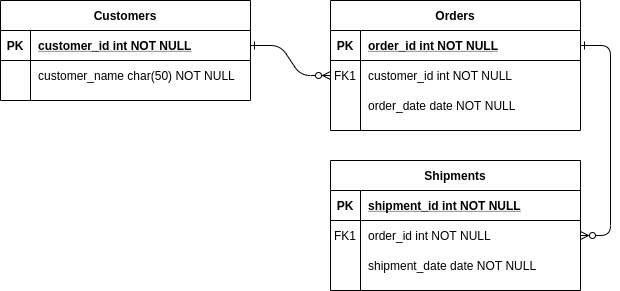
Before: ERD.png, a diagram exported from draw.io (Marwa7246/Schoodle). Source tidied: cells renumbered, new cells last; positions are measured from the earlier drawing's top-left corner, leaving out a move shared by most shapes.
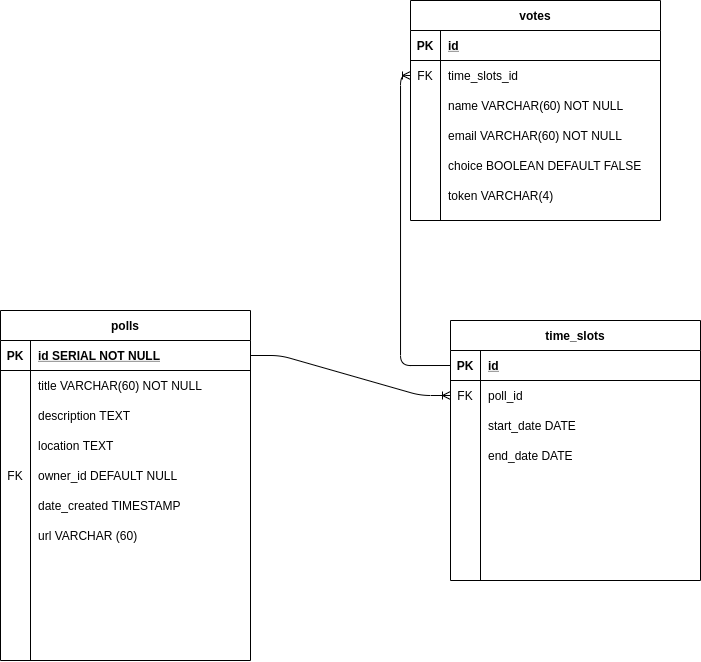
Later version of the same file.

What changed in the source:
```diff
@@ -2,14 +2,137 @@
   <root>
     <mxCell id="0" />
     <mxCell id="1" parent="0" />
-    <mxCell id="2" style="edgeStyle=entityRelationEdgeStyle;endArrow=ERzeroToMany;startArrow=ERone;endFill=1;startFill=0;" parent="1" edge="1" source="25" target="8">
+    <mxCell id="2" style="edgeStyle=entityRelationEdgeStyle;fontSize=12;html=1;endArrow=ERoneToMany;" parent="1" edge="1" source="25" target="8">
       <mxGeometry relative="1" as="geometry" />
     </mxCell>
-    <mxCell id="3" style="edgeStyle=entityRelationEdgeStyle;endArrow=ERzeroToMany;startArrow=ERone;endFill=1;startFill=0;" parent="1" edge="1" source="5" target="18">
+    <mxCell id="3" style="fontSize=12;html=1;endArrow=ERoneToMany;entryX=0;entryY=0.5;entryDx=0;entryDy=0;exitX=0;exitY=0.5;exitDx=0;exitDy=0;edgeStyle=orthogonalEdgeStyle;" parent="1" edge="1" source="5" target="18">
       <mxGeometry relative="1" as="geometry" />
     </mxCell>
+    <mxCell id="24" value="polls" style="shape=table;startSize=30;rowLines=0;fontStyle=1;align=center;" parent="1" vertex="1">
+      <mxGeometry x="-70" y="240" width="250" height="350" as="geometry" />
+    </mxCell>
+    <mxCell id="25" style="shape=partialRectangle;fillColor=none;points=[[0,0.5],[1,0.5]];portConstraint=eastwest;top=0;left=0;right=0;bottom=1;" parent="24" vertex="1">
+      <mxGeometry y="30" width="250" height="30" as="geometry" />
+    </mxCell>
+    <mxCell id="26" value="PK" style="shape=partialRectangle;overflow=hidden;fillColor=none;top=0;left=0;bottom=0;right=0;fontStyle=1;" parent="25" vertex="1">
+      <mxGeometry width="30" height="30" as="geometry" />
+    </mxCell>
+    <mxCell id="27" value="id SERIAL NOT NULL" style="shape=partialRectangle;overflow=hidden;fillColor=none;top=0;left=0;bottom=0;right=0;align=left;spacingLeft=6;fontStyle=5;" parent="25" vertex="1">
+      <mxGeometry x="30" width="220" height="30" as="geometry" />
+    </mxCell>
+    <mxCell id="28" style="shape=partialRectangle;fillColor=none;top=0;left=0;right=0;bottom=0;" parent="24" vertex="1">
+      <mxGeometry y="60" width="250" height="30" as="geometry" />
+    </mxCell>
+    <mxCell id="29" style="shape=partialRectangle;overflow=hidden;fillColor=none;top=0;left=0;bottom=0;right=0;" parent="28" vertex="1">
+      <mxGeometry width="30" height="30" as="geometry" />
+    </mxCell>
+    <mxCell id="30" value="title VARCHAR(60) NOT NULL" style="shape=partialRectangle;overflow=hidden;fillColor=none;top=0;left=0;bottom=0;right=0;align=left;spacingLeft=6;" parent="28" vertex="1">
+      <mxGeometry x="30" width="220" height="30" as="geometry" />
+    </mxCell>
+    <mxCell id="31" style="shape=partialRectangle;fillColor=none;top=0;left=0;right=0;bottom=0;" parent="24" vertex="1">
+      <mxGeometry y="90" width="250" height="30" as="geometry" />
+    </mxCell>
+    <mxCell id="32" style="shape=partialRectangle;overflow=hidden;fillColor=none;top=0;left=0;bottom=0;right=0;" parent="31" vertex="1">
+      <mxGeometry width="30" height="30" as="geometry" />
+    </mxCell>
+    <mxCell id="33" value="description TEXT" style="shape=partialRectangle;overflow=hidden;fillColor=none;top=0;left=0;bottom=0;right=0;align=left;spacingLeft=6;" parent="31" vertex="1">
+      <mxGeometry x="30" width="220" height="30" as="geometry" />
+    </mxCell>
+    <mxCell id="34" style="shape=partialRectangle;fillColor=none;top=0;left=0;right=0;bottom=0;" parent="24" vertex="1">
+      <mxGeometry y="120" width="250" height="30" as="geometry" />
+    </mxCell>
+    <mxCell id="35" style="shape=partialRectangle;overflow=hidden;fillColor=none;top=0;left=0;bottom=0;right=0;" parent="34" vertex="1">
+      <mxGeometry width="30" height="30" as="geometry" />
+    </mxCell>
+    <mxCell id="36" value="location TEXT" style="shape=partialRectangle;overflow=hidden;fillColor=none;top=0;left=0;bottom=0;right=0;align=left;spacingLeft=6;" parent="34" vertex="1">
+      <mxGeometry x="30" width="220" height="30" as="geometry" />
+    </mxCell>
+    <mxCell id="37" style="shape=partialRectangle;fillColor=none;top=0;left=0;right=0;bottom=0;" parent="24" vertex="1">
+      <mxGeometry y="150" width="250" height="30" as="geometry" />
+    </mxCell>
+    <mxCell id="38" value="FK" style="shape=partialRectangle;overflow=hidden;fillColor=none;top=0;left=0;bottom=0;right=0;" parent="37" vertex="1">
+      <mxGeometry width="30" height="30" as="geometry" />
+    </mxCell>
+    <mxCell id="39" value="owner_id DEFAULT NULL" style="shape=partialRectangle;overflow=hidden;fillColor=none;top=0;left=0;bottom=0;right=0;align=left;spacingLeft=6;" parent="37" vertex="1">
+      <mxGeometry x="30" width="220" height="30" as="geometry" />
+    </mxCell>
+    <mxCell id="40" style="shape=partialRectangle;fillColor=none;top=0;left=0;right=0;bottom=0;" parent="24" vertex="1">
+      <mxGeometry y="180" width="250" height="30" as="geometry" />
+    </mxCell>
+    <mxCell id="41" style="shape=partialRectangle;overflow=hidden;fillColor=none;top=0;left=0;bottom=0;right=0;" parent="40" vertex="1">
+      <mxGeometry width="30" height="30" as="geometry" />
+    </mxCell>
+    <mxCell id="42" value="date_created TIMESTAMP" style="shape=partialRectangle;overflow=hidden;fillColor=none;top=0;left=0;bottom=0;right=0;align=left;spacingLeft=6;" parent="40" vertex="1">
+      <mxGeometry x="30" width="220" height="30" as="geometry" />
+    </mxCell>
+    <mxCell id="43" style="shape=partialRectangle;fillColor=none;top=0;left=0;right=0;bottom=0;" parent="24" vertex="1">
+      <mxGeometry y="210" width="250" height="30" as="geometry" />
+    </mxCell>
+    <mxCell id="44" style="shape=partialRectangle;overflow=hidden;fillColor=none;top=0;left=0;bottom=0;right=0;" parent="43" vertex="1">
+      <mxGeometry width="30" height="30" as="geometry" />
+    </mxCell>
+    <mxCell id="45" value="url VARCHAR (60)" style="shape=partialRectangle;overflow=hidden;fillColor=none;top=0;left=0;bottom=0;right=0;align=left;spacingLeft=6;" parent="43" vertex="1">
+      <mxGeometry x="30" width="220" height="30" as="geometry" />
+    </mxCell>
+    <mxCell id="14" value="votes" style="shape=table;startSize=30;rowLines=0;fontStyle=1;align=center;" parent="1" vertex="1">
+      <mxGeometry x="340" y="-70" width="250" height="220" as="geometry" />
+    </mxCell>
+    <mxCell id="15" style="shape=partialRectangle;fillColor=none;top=0;left=0;right=0;bottom=1;" parent="14" vertex="1">
+      <mxGeometry y="30" width="250" height="30" as="geometry" />
+    </mxCell>
+    <mxCell id="16" value="PK" style="shape=partialRectangle;overflow=hidden;fillColor=none;top=0;left=0;bottom=0;right=0;fontStyle=1;" parent="15" vertex="1">
+      <mxGeometry width="30" height="30" as="geometry" />
+    </mxCell>
+    <mxCell id="17" value="id" style="shape=partialRectangle;overflow=hidden;fillColor=none;top=0;left=0;bottom=0;right=0;align=left;spacingLeft=6;fontStyle=5;" parent="15" vertex="1">
+      <mxGeometry x="30" width="220" height="30" as="geometry" />
+    </mxCell>
+    <mxCell id="18" style="shape=partialRectangle;fillColor=none;points=[[0,0.5],[1,0.5]];portConstraint=eastwest;top=0;left=0;right=0;bottom=0;" parent="14" vertex="1">
+      <mxGeometry y="60" width="250" height="30" as="geometry" />
+    </mxCell>
+    <mxCell id="19" value="FK" style="shape=partialRectangle;overflow=hidden;fillColor=none;top=0;left=0;bottom=0;right=0;" parent="18" vertex="1">
+      <mxGeometry width="30" height="30" as="geometry" />
+    </mxCell>
+    <mxCell id="20" value="time_slots_id" style="shape=partialRectangle;overflow=hidden;fillColor=none;top=0;left=0;bottom=0;right=0;align=left;spacingLeft=6;" parent="18" vertex="1">
+      <mxGeometry x="30" width="220" height="30" as="geometry" />
+    </mxCell>
+    <mxCell id="21" style="shape=partialRectangle;fillColor=none;top=0;left=0;right=0;bottom=0;" parent="14" vertex="1">
+      <mxGeometry y="90" width="250" height="30" as="geometry" />
+    </mxCell>
+    <mxCell id="22" style="shape=partialRectangle;overflow=hidden;fillColor=none;top=0;left=0;bottom=0;right=0;" parent="21" vertex="1">
+      <mxGeometry width="30" height="30" as="geometry" />
+    </mxCell>
+    <mxCell id="23" value="name VARCHAR(60) NOT NULL" style="shape=partialRectangle;overflow=hidden;fillColor=none;top=0;left=0;bottom=0;right=0;align=left;spacingLeft=6;" parent="21" vertex="1">
+      <mxGeometry x="30" width="220" height="30" as="geometry" />
+    </mxCell>
+    <mxCell id="46" style="shape=partialRectangle;fillColor=none;top=0;left=0;right=0;bottom=0;" parent="14" vertex="1">
+      <mxGeometry y="120" width="250" height="30" as="geometry" />
+    </mxCell>
+    <mxCell id="47" style="shape=partialRectangle;overflow=hidden;fillColor=none;top=0;left=0;bottom=0;right=0;" parent="46" vertex="1">
+      <mxGeometry width="30" height="30" as="geometry" />
+    </mxCell>
+    <mxCell id="48" value="email VARCHAR(60) NOT NULL" style="shape=partialRectangle;overflow=hidden;fillColor=none;top=0;left=0;bottom=0;right=0;align=left;spacingLeft=6;" parent="46" vertex="1">
+      <mxGeometry x="30" width="220" height="30" as="geometry" />
+    </mxCell>
+    <mxCell id="49" style="shape=partialRectangle;fillColor=none;top=0;left=0;right=0;bottom=0;" parent="14" vertex="1">
+      <mxGeometry y="150" width="250" height="30" as="geometry" />
+    </mxCell>
+    <mxCell id="50" style="shape=partialRectangle;overflow=hidden;fillColor=none;top=0;left=0;bottom=0;right=0;" parent="49" vertex="1">
+      <mxGeometry width="30" height="30" as="geometry" />
+    </mxCell>
+    <mxCell id="51" value="choice BOOLEAN DEFAULT FALSE" style="shape=partialRectangle;overflow=hidden;fillColor=none;top=0;left=0;bottom=0;right=0;align=left;spacingLeft=6;" parent="49" vertex="1">
+      <mxGeometry x="30" width="220" height="30" as="geometry" />
+    </mxCell>
+    <mxCell id="52" style="shape=partialRectangle;fillColor=none;top=0;left=0;right=0;bottom=0;" parent="14" vertex="1">
+      <mxGeometry y="180" width="250" height="30" as="geometry" />
+    </mxCell>
+    <mxCell id="53" style="shape=partialRectangle;overflow=hidden;fillColor=none;top=0;left=0;bottom=0;right=0;" parent="52" vertex="1">
+      <mxGeometry width="30" height="30" as="geometry" />
+    </mxCell>
+    <mxCell id="54" value="token VARCHAR(4)" style="shape=partialRectangle;overflow=hidden;fillColor=none;top=0;left=0;bottom=0;right=0;align=left;spacingLeft=6;" parent="52" vertex="1">
+      <mxGeometry x="30" width="220" height="30" as="geometry" />
+    </mxCell>
-    <mxCell id="4" value="Orders" style="shape=table;startSize=30;rowLines=0;fontStyle=1;align=center;" parent="1" vertex="1">
-      <mxGeometry x="330" width="250" height="130" as="geometry" />
+    <mxCell id="4" value="time_slots" style="shape=table;startSize=30;rowLines=0;fontStyle=1;align=center;" parent="1" vertex="1">
+      <mxGeometry x="380" y="250" width="250" height="260" as="geometry" />
     </mxCell>
     <mxCell id="5" style="shape=partialRectangle;fillColor=none;points=[[0,0.5],[1,0.5]];portConstraint=eastwest;top=0;left=0;right=0;bottom=1;" parent="4" vertex="1">
       <mxGeometry y="30" width="250" height="30" as="geometry" />
@@ -17,16 +140,16 @@
     <mxCell id="6" value="PK" style="shape=partialRectangle;overflow=hidden;fillColor=none;top=0;left=0;bottom=0;right=0;fontStyle=1;" parent="5" vertex="1">
       <mxGeometry width="30" height="30" as="geometry" />
     </mxCell>
-    <mxCell id="7" value="order_id int NOT NULL " style="shape=partialRectangle;overflow=hidden;fillColor=none;top=0;left=0;bottom=0;right=0;align=left;spacingLeft=6;fontStyle=5;" parent="5" vertex="1">
+    <mxCell id="7" value="id" style="shape=partialRectangle;overflow=hidden;fillColor=none;top=0;left=0;bottom=0;right=0;align=left;spacingLeft=6;fontStyle=5;" parent="5" vertex="1">
       <mxGeometry x="30" width="220" height="30" as="geometry" />
     </mxCell>
     <mxCell id="8" style="shape=partialRectangle;fillColor=none;points=[[0,0.5],[1,0.5]];portConstraint=eastwest;top=0;left=0;right=0;bottom=0;" parent="4" vertex="1">
       <mxGeometry y="60" width="250" height="30" as="geometry" />
     </mxCell>
-    <mxCell id="9" value="FK1" style="shape=partialRectangle;overflow=hidden;fillColor=none;top=0;left=0;bottom=0;right=0;" parent="8" vertex="1">
+    <mxCell id="9" value="FK" style="shape=partialRectangle;overflow=hidden;fillColor=none;top=0;left=0;bottom=0;right=0;" parent="8" vertex="1">
       <mxGeometry width="30" height="30" as="geometry" />
     </mxCell>
-    <mxCell id="10" value="customer_id int NOT NULL" style="shape=partialRectangle;overflow=hidden;fillColor=none;top=0;left=0;bottom=0;right=0;align=left;spacingLeft=6;" parent="8" vertex="1">
+    <mxCell id="10" value="poll_id" style="shape=partialRectangle;overflow=hidden;fillColor=none;top=0;left=0;bottom=0;right=0;align=left;spacingLeft=6;" parent="8" vertex="1">
       <mxGeometry x="30" width="220" height="30" as="geometry" />
     </mxCell>
     <mxCell id="11" style="shape=partialRectangle;fillColor=none;top=0;left=0;right=0;bottom=0;" parent="4" vertex="1">
@@ -35,59 +158,26 @@
     <mxCell id="12" style="shape=partialRectangle;overflow=hidden;fillColor=none;top=0;left=0;bottom=0;right=0;" parent="11" vertex="1">
       <mxGeometry width="30" height="30" as="geometry" />
     </mxCell>
-    <mxCell id="13" value="order_date date NOT NULL" style="shape=partialRectangle;overflow=hidden;fillColor=none;top=0;left=0;bottom=0;right=0;align=left;spacingLeft=6;" parent="11" vertex="1">
+    <mxCell id="13" value="start_date DATE" style="shape=partialRectangle;overflow=hidden;fillColor=none;top=0;left=0;bottom=0;right=0;align=left;spacingLeft=6;" parent="11" vertex="1">
       <mxGeometry x="30" width="220" height="30" as="geometry" />
     </mxCell>
-    <mxCell id="14" value="Shipments" style="shape=table;startSize=30;rowLines=0;fontStyle=1;align=center;" parent="1" vertex="1">
-      <mxGeometry x="330" y="160" width="250" height="130" as="geometry" />
-    </mxCell>
-    <mxCell id="15" style="shape=partialRectangle;fillColor=none;top=0;left=0;right=0;bottom=1;" parent="14" vertex="1">
-      <mxGeometry y="30" width="250" height="30" as="geometry" />
-    </mxCell>
-    <mxCell id="16" value="PK" style="shape=partialRectangle;overflow=hidden;fillColor=none;top=0;left=0;bottom=0;right=0;fontStyle=1;" parent="15" vertex="1">
-      <mxGeometry width="30" height="30" as="geometry" />
-    </mxCell>
-    <mxCell id="17" value="shipment_id int NOT NULL " style="shape=partialRectangle;overflow=hidden;fillColor=none;top=0;left=0;bottom=0;right=0;align=left;spacingLeft=6;fontStyle=5;" parent="15" vertex="1">
-      <mxGeometry x="30" width="220" height="30" as="geometry" />
-    </mxCell>
-    <mxCell id="18" style="shape=partialRectangle;fillColor=none;points=[[0,0.5],[1,0.5]];portConstraint=eastwest;top=0;left=0;right=0;bottom=0;" parent="14" vertex="1">
-      <mxGeometry y="60" width="250" height="30" as="geometry" />
-    </mxCell>
-    <mxCell id="19" value="FK1" style="shape=partialRectangle;overflow=hidden;fillColor=none;top=0;left=0;bottom=0;right=0;" parent="18" vertex="1">
-      <mxGeometry width="30" height="30" as="geometry" />
-    </mxCell>
-    <mxCell id="20" value="order_id int NOT NULL" style="shape=partialRectangle;overflow=hidden;fillColor=none;top=0;left=0;bottom=0;right=0;align=left;spacingLeft=6;" parent="18" vertex="1">
-      <mxGeometry x="30" width="220" height="30" as="geometry" />
-    </mxCell>
-    <mxCell id="21" style="shape=partialRectangle;fillColor=none;top=0;left=0;right=0;bottom=0;" parent="14" vertex="1">
-      <mxGeometry y="90" width="250" height="30" as="geometry" />
-    </mxCell>
-    <mxCell id="22" style="shape=partialRectangle;overflow=hidden;fillColor=none;top=0;left=0;bottom=0;right=0;" parent="21" vertex="1">
-      <mxGeometry width="30" height="30" as="geometry" />
-    </mxCell>
-    <mxCell id="23" value="shipment_date date NOT NULL" style="shape=partialRectangle;overflow=hidden;fillColor=none;top=0;left=0;bottom=0;right=0;align=left;spacingLeft=6;" parent="21" vertex="1">
-      <mxGeometry x="30" width="220" height="30" as="geometry" />
-    </mxCell>
-    <mxCell id="24" value="Customers" style="shape=table;startSize=30;rowLines=0;fontStyle=1;align=center;" parent="1" vertex="1">
-      <mxGeometry width="250" height="100" as="geometry" />
-    </mxCell>
-    <mxCell id="25" style="shape=partialRectangle;fillColor=none;points=[[0,0.5],[1,0.5]];portConstraint=eastwest;top=0;left=0;right=0;bottom=1;" parent="24" vertex="1">
-      <mxGeometry y="30" width="250" height="30" as="geometry" />
-    </mxCell>
-    <mxCell id="26" value="PK" style="shape=partialRectangle;overflow=hidden;fillColor=none;top=0;left=0;bottom=0;right=0;fontStyle=1;" parent="25" vertex="1">
-      <mxGeometry width="30" height="30" as="geometry" />
-    </mxCell>
-    <mxCell id="27" value="customer_id int NOT NULL " style="shape=partialRectangle;overflow=hidden;fillColor=none;top=0;left=0;bottom=0;right=0;align=left;spacingLeft=6;fontStyle=5;" parent="25" vertex="1">
-      <mxGeometry x="30" width="220" height="30" as="geometry" />
-    </mxCell>
-    <mxCell id="28" style="shape=partialRectangle;fillColor=none;top=0;left=0;right=0;bottom=0;" parent="24" vertex="1">
-      <mxGeometry y="60" width="250" height="30" as="geometry" />
-    </mxCell>
-    <mxCell id="29" style="shape=partialRectangle;overflow=hidden;fillColor=none;top=0;left=0;bottom=0;right=0;" parent="28" vertex="1">
-      <mxGeometry width="30" height="30" as="geometry" />
-    </mxCell>
-    <mxCell id="30" value="customer_name char(50) NOT NULL" style="shape=partialRectangle;overflow=hidden;fillColor=none;top=0;left=0;bottom=0;right=0;align=left;spacingLeft=6;" parent="28" vertex="1">
-      <mxGeometry x="30" width="220" height="30" as="geometry" />
-    </mxCell>
+    <mxCell id="55" style="shape=partialRectangle;fillColor=none;top=0;left=0;right=0;bottom=0;" parent="4" vertex="1">
+      <mxGeometry y="120" width="250" height="30" as="geometry" />
+    </mxCell>
+    <mxCell id="56" style="shape=partialRectangle;overflow=hidden;fillColor=none;top=0;left=0;bottom=0;right=0;" parent="55" vertex="1">
+      <mxGeometry width="30" height="30" as="geometry" />
+    </mxCell>
+    <mxCell id="57" value="end_date DATE" style="shape=partialRectangle;overflow=hidden;fillColor=none;top=0;left=0;bottom=0;right=0;align=left;spacingLeft=6;" parent="55" vertex="1">
+      <mxGeometry x="30" width="220" height="30" as="geometry" />
+    </mxCell>
+    <mxCell id="58" style="shape=partialRectangle;fillColor=none;top=0;left=0;right=0;bottom=0;" parent="4" vertex="1">
+      <mxGeometry y="150" width="250" height="30" as="geometry" />
+    </mxCell>
+    <mxCell id="59" style="shape=partialRectangle;overflow=hidden;fillColor=none;top=0;left=0;bottom=0;right=0;" parent="58" vertex="1">
+      <mxGeometry width="30" height="30" as="geometry" />
+    </mxCell>
+    <mxCell id="60" style="shape=partialRectangle;overflow=hidden;fillColor=none;top=0;left=0;bottom=0;right=0;align=left;spacingLeft=6;" parent="58" vertex="1">
+      <mxGeometry x="30" width="220" height="30" as="geometry" />
+    </mxCell>
   </root>
 </mxGraphModel>
```
